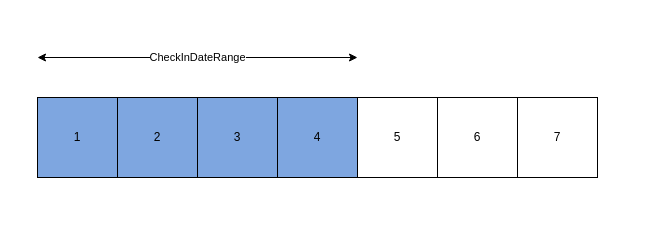
Above: docs/images/los-figure.drawio in uttomroy/ycs5-pricing-api-spec (draw.io), before the change. Source tidied: cells renumbered, new cells numbered last; positions are measured from the earlier drawing's top-left corner, leaving out a move shared by most shapes. Both pictures are drawn from the tidied source at 100%, with x=0, y=0 at pixel (37, 57).
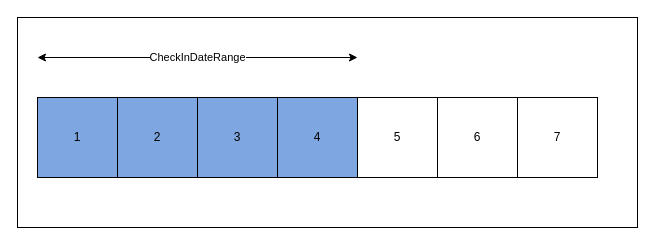
After the change.

Change to the diagram source:
```diff
@@
 <mxGraphModel>
   <root>
     <mxCell id="0" />
     <mxCell id="1" parent="0" />
+    <mxCell id="10" style="rounded=0;whiteSpace=wrap;html=1;" parent="1" vertex="1">
+      <mxGeometry x="-20" y="-40" width="620" height="210" as="geometry" />
+    </mxCell>
     <mxCell id="2" value="CheckInDateRange" style="endArrow=classic;startArrow=classic;html=1;rounded=0;" parent="1" edge="1">
       <mxGeometry relative="1" as="geometry">
         <mxPoint as="sourcePoint" />
         <mxPoint x="320" as="targetPoint" />
       </mxGeometry>
     </mxCell>
     <mxCell id="3" value="1" style="whiteSpace=wrap;html=1;fillColor=#7EA6E0;" parent="1" vertex="1">
       <mxGeometry y="40" width="80" height="80" as="geometry" />
     </mxCell>
     <mxCell id="4" value="2" style="whiteSpace=wrap;html=1;fillColor=#7EA6E0;" parent="1" vertex="1">
       <mxGeometry x="80" y="40" width="80" height="80" as="geometry" />
     </mxCell>
     <mxCell id="5" value="3" style="whiteSpace=wrap;html=1;fillColor=#7EA6E0;" parent="1" vertex="1">
       <mxGeometry x="160" y="40" width="80" height="80" as="geometry" />
     </mxCell>
     <mxCell id="6" value="4" style="whiteSpace=wrap;html=1;fillColor=#7EA6E0;" parent="1" vertex="1">
       <mxGeometry x="240" y="40" width="80" height="80" as="geometry" />
     </mxCell>
     <mxCell id="7" value="5" style="whiteSpace=wrap;html=1;" parent="1" vertex="1">
       <mxGeometry x="320" y="40" width="80" height="80" as="geometry" />
     </mxCell>
     <mxCell id="8" value="6" style="whiteSpace=wrap;html=1;" parent="1" vertex="1">
       <mxGeometry x="400" y="40" width="80" height="80" as="geometry" />
     </mxCell>
     <mxCell id="9" value="7" style="whiteSpace=wrap;html=1;" parent="1" vertex="1">
       <mxGeometry x="480" y="40" width="80" height="80" as="geometry" />
     </mxCell>
   </root>
 </mxGraphModel>
```
